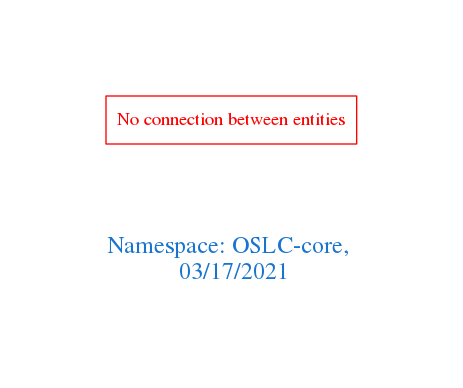
The Graphviz diagram downloads/OSLC-core.png in arago/OGIT, before a commit. Its source is kept beside it as downloads/OSLC-core.dot.
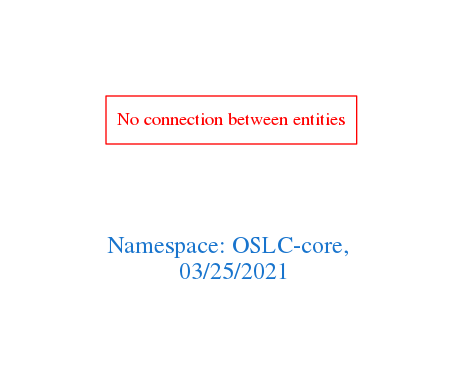
The same diagram one commit later.

Diff of the diagram source:
```diff
@@ -1,7 +1,7 @@
 digraph OGIT_ontology {
  graph [ rankdir= LR,pad=1
 fontsize = 18,
-fontcolor= dodgerblue3,label = "\n\n\nNamespace: OSLC-core, \n 03/17/2021"];
+fontcolor= dodgerblue3,label = "\n\n\nNamespace: OSLC-core, \n 03/25/2021"];
 node[shape=polygon];
 edge [  color="gray81"];
 
```
